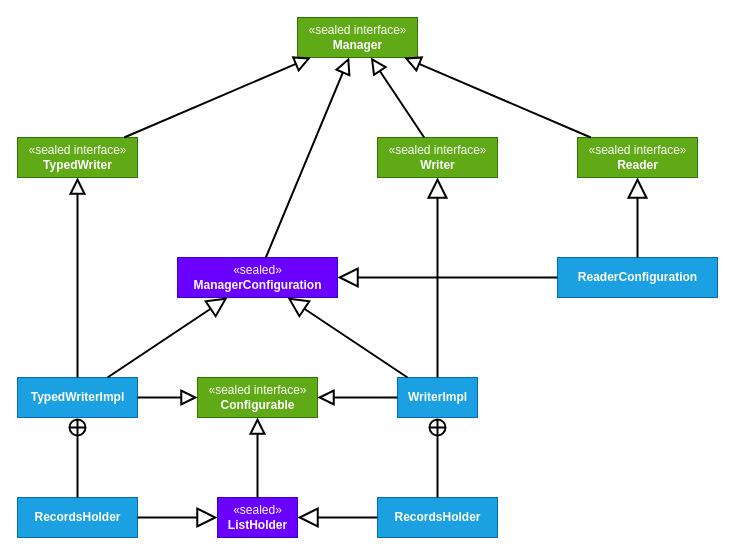
The draw.io diagram page "Manager" (1 of 2) of docs/type-system.drawio in kotools/types, before the edit. Source tidied: cells renumbered, new cells numbered last; positions are measured from the earlier drawing's top-left corner, leaving out a move shared by most shapes. Both pictures are drawn from the tidied source at 100%, with x=0, y=0 at pixel (17, 17).
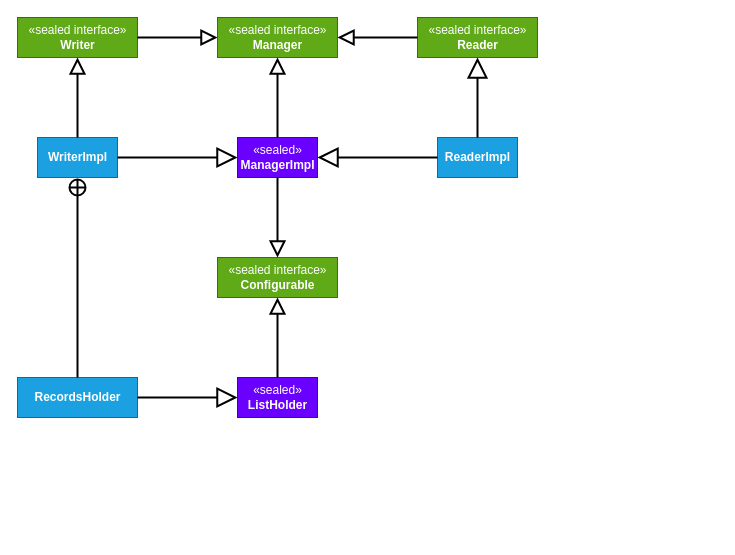
Above is the later version.

Commit message:
docs(#26): update type system

The edit, as a diff of the source:
```diff
@@
     <mxCell id="2" value="«sealed interface»&lt;br&gt;&lt;b&gt;Configurable&lt;/b&gt;" style="html=1;fillColor=#60a917;fontColor=#ffffff;strokeColor=#2D7600;" parent="1" vertex="1">
-      <mxGeometry x="180" y="360" width="120" height="40" as="geometry" />
+      <mxGeometry x="200" y="240" width="120" height="40" as="geometry" />
     </mxCell>
     <mxCell id="3" value="«sealed»&lt;br&gt;&lt;b&gt;ListHolder&lt;/b&gt;" style="html=1;fillColor=#6a00ff;fontColor=#ffffff;strokeColor=#3700CC;" parent="1" vertex="1">
-      <mxGeometry x="200" y="480" width="80" height="40" as="geometry" />
+      <mxGeometry x="220" y="360" width="80" height="40" as="geometry" />
     </mxCell>
@@
     <mxCell id="5" value="&lt;b&gt;RecordsHolder&lt;/b&gt;" style="html=1;fillColor=#1ba1e2;fontColor=#ffffff;strokeColor=#006EAF;" parent="1" vertex="1">
-      <mxGeometry y="480" width="120" height="40" as="geometry" />
+      <mxGeometry y="360" width="120" height="40" as="geometry" />
     </mxCell>
@@
-    <mxCell id="7" value="&lt;b&gt;RecordsHolder&lt;/b&gt;" style="html=1;fillColor=#1ba1e2;fontColor=#ffffff;strokeColor=#006EAF;" parent="1" vertex="1">
-      <mxGeometry x="360" y="480" width="120" height="40" as="geometry" />
-    </mxCell>
-    <mxCell id="8" style="endArrow=block;endSize=16;endFill=0;html=1;rounded=0;fontSize=12;strokeWidth=2;" parent="1" edge="1" source="7" target="3">
-      <mxGeometry relative="1" as="geometry" />
-    </mxCell>
-    <mxCell id="9" value="&lt;b&gt;WriterImpl&lt;/b&gt;" style="html=1;fillColor=#1ba1e2;fontColor=#ffffff;strokeColor=#006EAF;" parent="1" vertex="1">
-      <mxGeometry x="380" y="360" width="80" height="40" as="geometry" />
-    </mxCell>
-    <mxCell id="10" style="endArrow=block;endFill=0;endSize=12;html=1;rounded=0;fontSize=12;strokeWidth=2;" parent="1" edge="1" source="9" target="2">
-      <mxGeometry relative="1" as="geometry" />
-    </mxCell>
-    <mxCell id="11" style="endArrow=none;startArrow=circlePlus;endFill=0;startFill=0;endSize=8;html=1;rounded=0;strokeWidth=2;" parent="1" edge="1" source="9" target="7">
-      <mxGeometry relative="1" as="geometry" />
-    </mxCell>
-    <mxCell id="12" value="&lt;b&gt;TypedWriterImpl&lt;/b&gt;" style="html=1;fillColor=#1ba1e2;fontColor=#ffffff;strokeColor=#006EAF;" parent="1" vertex="1">
-      <mxGeometry y="360" width="120" height="40" as="geometry" />
+    <mxCell id="12" value="&lt;b&gt;WriterImpl&lt;/b&gt;" style="html=1;fillColor=#1ba1e2;fontColor=#ffffff;strokeColor=#006EAF;" parent="1" vertex="1">
+      <mxGeometry x="20" y="120" width="80" height="40" as="geometry" />
     </mxCell>
-    <mxCell id="13" style="endArrow=block;endFill=0;endSize=12;html=1;rounded=0;fontSize=12;strokeWidth=2;" parent="1" edge="1" source="12" target="2">
-      <mxGeometry relative="1" as="geometry" />
-    </mxCell>
@@
     <mxCell id="15" value="«sealed interface»&lt;br&gt;&lt;b&gt;Manager&lt;/b&gt;" style="html=1;fillColor=#60a917;fontColor=#ffffff;strokeColor=#2D7600;" parent="1" vertex="1">
-      <mxGeometry x="280" width="120" height="40" as="geometry" />
+      <mxGeometry x="200" width="120" height="40" as="geometry" />
     </mxCell>
-    <mxCell id="16" value="«sealed»&lt;br&gt;&lt;b&gt;ManagerConfiguration&lt;/b&gt;" style="html=1;fillColor=#6a00ff;fontColor=#ffffff;strokeColor=#3700CC;" parent="1" vertex="1">
-      <mxGeometry x="160" y="240" width="160" height="40" as="geometry" />
+    <mxCell id="16" value="«sealed»&lt;br&gt;&lt;b&gt;ManagerImpl&lt;br&gt;&lt;/b&gt;" style="html=1;fillColor=#6a00ff;fontColor=#ffffff;strokeColor=#3700CC;" parent="1" vertex="1">
+      <mxGeometry x="220" y="120" width="80" height="40" as="geometry" />
     </mxCell>
@@
-    <mxCell id="18" value="&lt;b&gt;ReaderConfiguration&lt;/b&gt;" style="html=1;fillColor=#1ba1e2;fontColor=#ffffff;strokeColor=#006EAF;" parent="1" vertex="1">
-      <mxGeometry x="540" y="240" width="160" height="40" as="geometry" />
+    <mxCell id="18" value="&lt;b&gt;ReaderImpl&lt;/b&gt;" style="html=1;fillColor=#1ba1e2;fontColor=#ffffff;strokeColor=#006EAF;" parent="1" vertex="1">
+      <mxGeometry x="420" y="120" width="80" height="40" as="geometry" />
     </mxCell>
@@
-    <mxCell id="20" style="endArrow=block;endSize=16;endFill=0;html=1;rounded=0;fontSize=12;strokeWidth=2;" parent="1" edge="1" source="9" target="16">
-      <mxGeometry relative="1" as="geometry" />
-    </mxCell>
@@
     <mxCell id="22" value="«sealed interface»&lt;br&gt;&lt;b&gt;Reader&lt;/b&gt;" style="html=1;fillColor=#60a917;fontColor=#ffffff;strokeColor=#2D7600;" parent="1" vertex="1">
-      <mxGeometry x="560" y="120" width="120" height="40" as="geometry" />
+      <mxGeometry x="400" width="120" height="40" as="geometry" />
     </mxCell>
@@
-    <mxCell id="25" value="«sealed interface»&lt;br&gt;&lt;b&gt;TypedWriter&lt;/b&gt;" style="html=1;fillColor=#60a917;fontColor=#ffffff;strokeColor=#2D7600;" parent="1" vertex="1">
-      <mxGeometry y="120" width="120" height="40" as="geometry" />
+    <mxCell id="25" value="«sealed interface»&lt;br&gt;&lt;b&gt;Writer&lt;/b&gt;" style="html=1;fillColor=#60a917;fontColor=#ffffff;strokeColor=#2D7600;" parent="1" vertex="1">
+      <mxGeometry width="120" height="40" as="geometry" />
     </mxCell>
@@
-    <mxCell id="28" value="«sealed interface»&lt;br&gt;&lt;b&gt;Writer&lt;/b&gt;" style="html=1;fillColor=#60a917;fontColor=#ffffff;strokeColor=#2D7600;" parent="1" vertex="1">
-      <mxGeometry x="360" y="120" width="120" height="40" as="geometry" />
-    </mxCell>
-    <mxCell id="29" style="endArrow=block;endSize=16;endFill=0;html=1;rounded=0;fontSize=12;strokeWidth=2;" parent="1" edge="1" source="9" target="28">
-      <mxGeometry relative="1" as="geometry" />
-    </mxCell>
-    <mxCell id="30" style="endArrow=block;endFill=0;endSize=12;html=1;rounded=0;fontSize=12;strokeWidth=2;" parent="1" edge="1" source="28" target="15">
-      <mxGeometry relative="1" as="geometry" />
-    </mxCell>
+    <mxCell id="31" style="endArrow=block;endFill=0;endSize=12;html=1;rounded=0;fontSize=12;strokeWidth=2;" parent="1" edge="1" source="16" target="2">
+      <mxGeometry relative="1" as="geometry" />
+    </mxCell>
```
